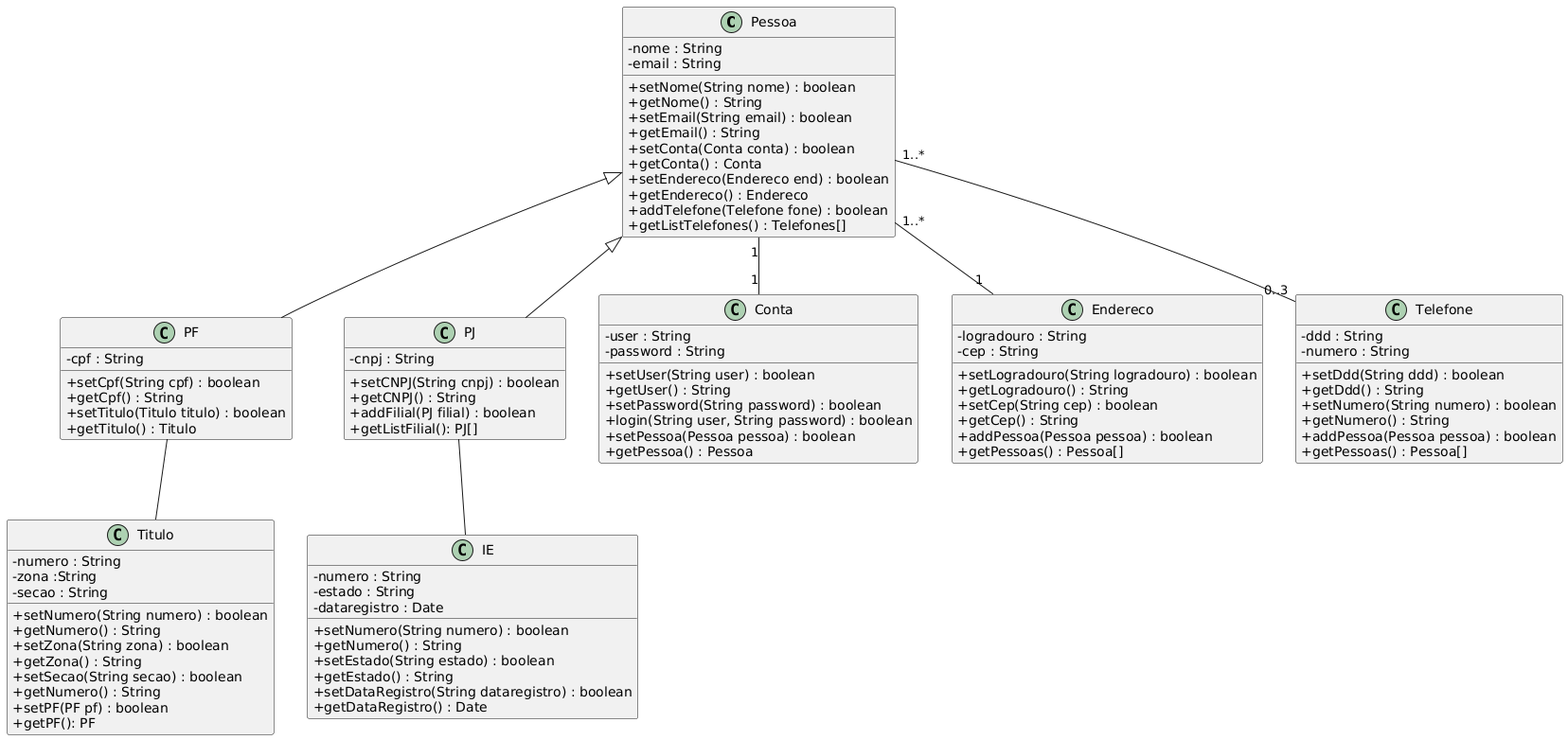
Above: objetos/uml/UMLJS.png in vaguettibfd/BFD_JS_OO (PlantUML), before the change.
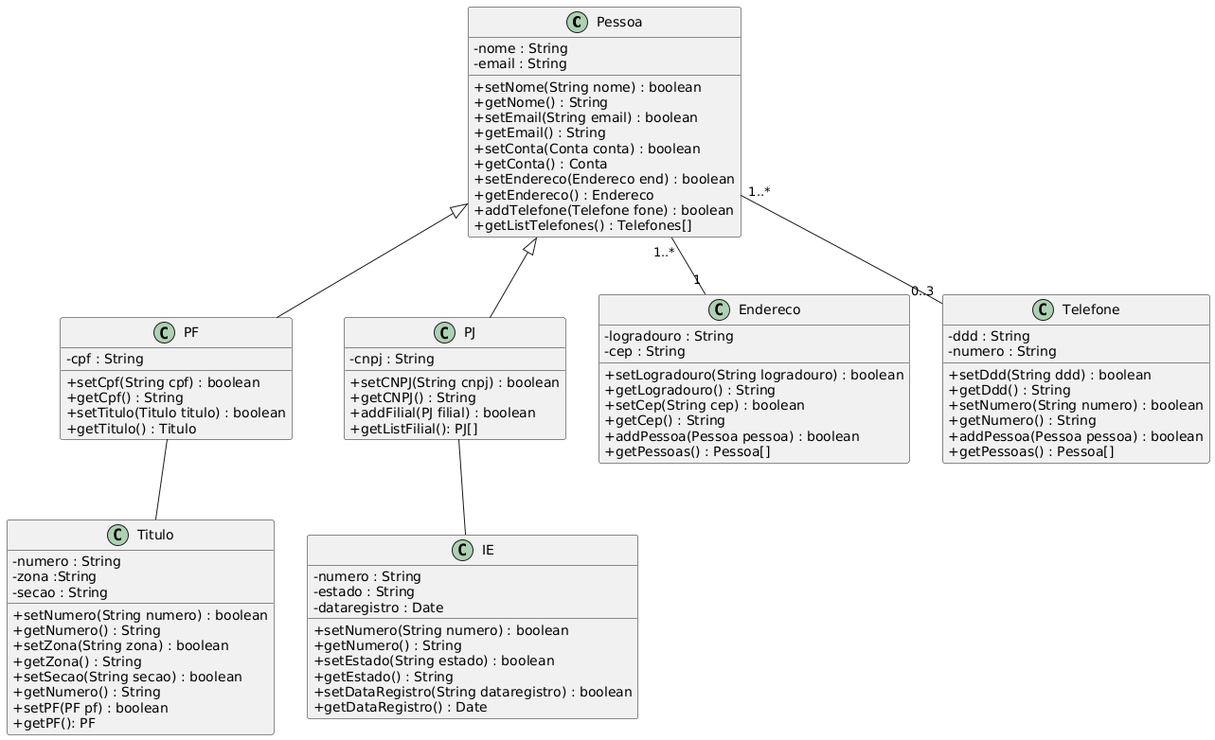
The same file after the commit.

Commit message:
atualizaçao do diagramaUML

The edit, as a diff of the source:
```diff
@@ -32,18 +32,6 @@
 Pessoa <|-- PF
 Pessoa <|-- PJ
 
-class Conta{
-    - user : String
-    - password : String
-    + setUser(String user) : boolean
-    + getUser() : String
-    + setPassword(String password) : boolean
-    + login(String user, String password) : boolean
-    + setPessoa(Pessoa pessoa) : boolean
-    + getPessoa() : Pessoa
-}
-
-Pessoa "1" -- "1" Conta
 
 class Endereco {
  - logradouro : String
```
